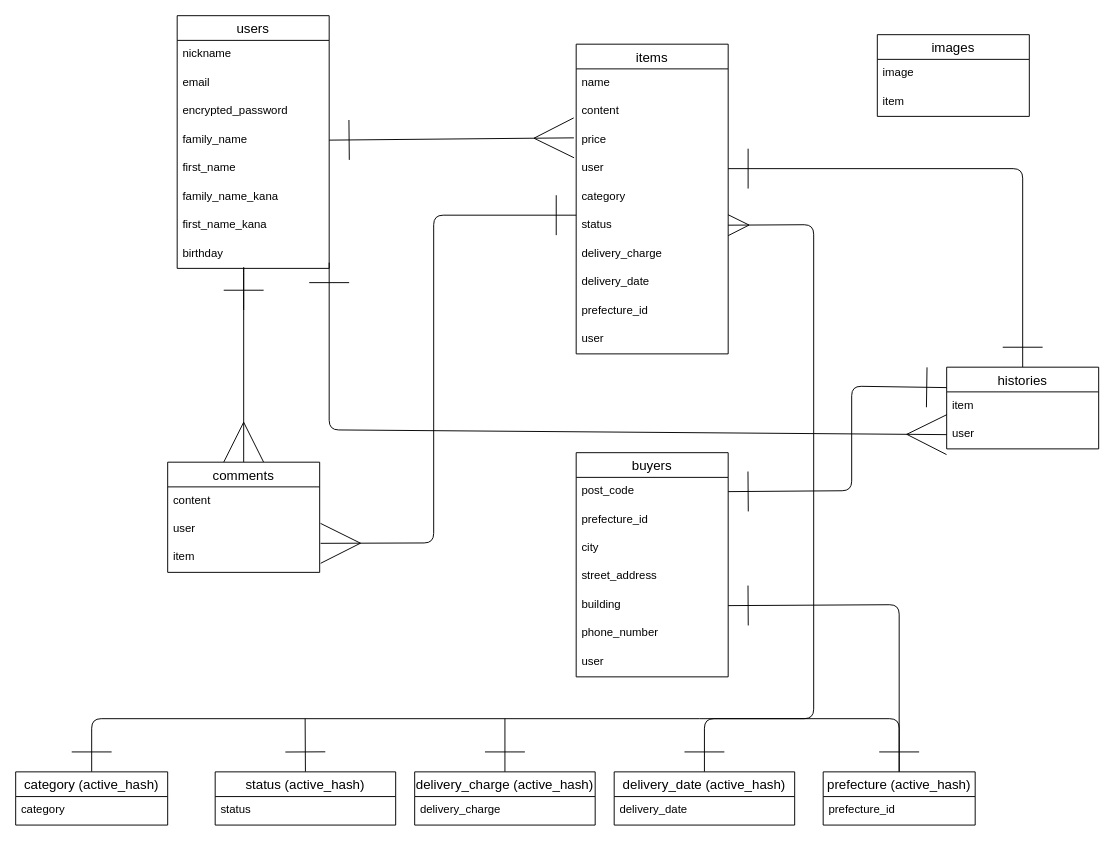
Above: test.dio in yuya-taka/furima-laiblitz-b (draw.io), before the change. Source tidied: cells renumbered, new cells numbered last; positions are measured from the earlier drawing's top-left corner, leaving out a move shared by most shapes. Both pictures are drawn from the tidied source at 95%, with x=0, y=0 at pixel (15, 15).
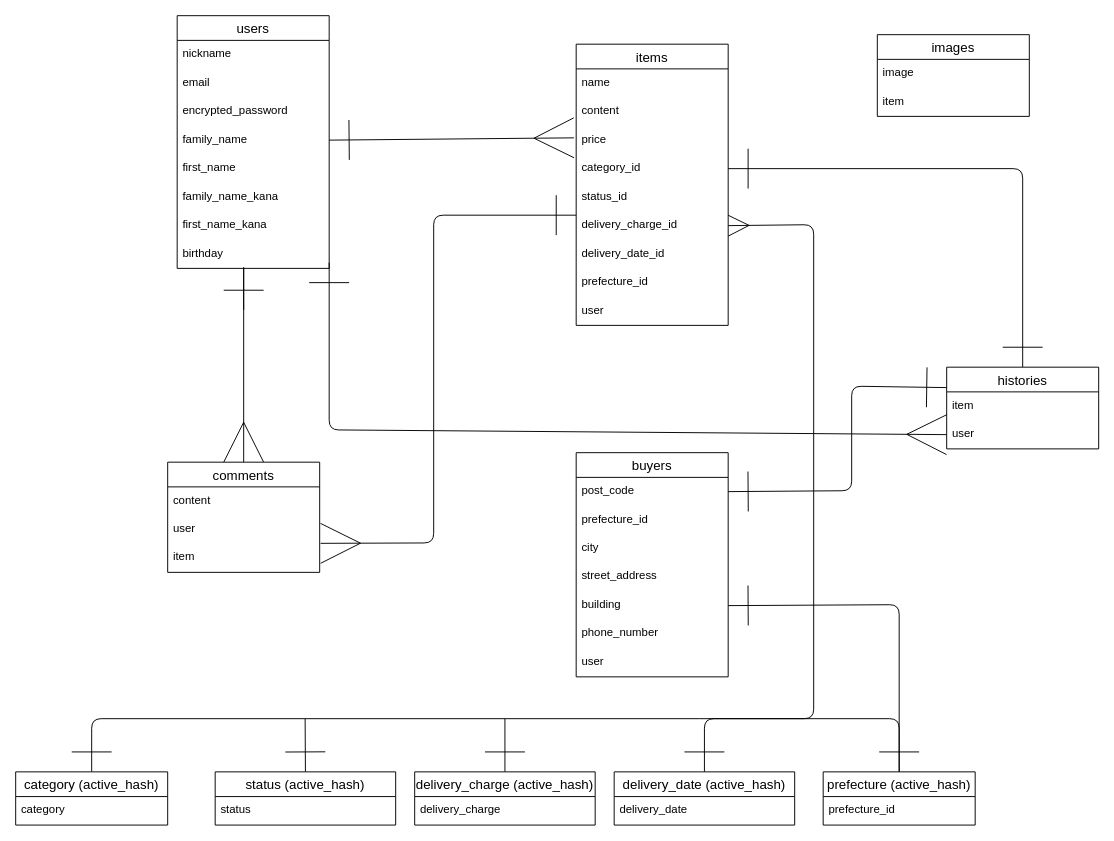
The same page after the edit.

Unchanged cells that the change refers to:
```xml
<mxCell id="47" value="delivery_date (active_hash)" style="swimlane;fontStyle=0;horizontal=1;startSize=26;align=center;fontSize=14;" parent="1" vertex="1">
  <mxGeometry x="630" y="796" width="190" height="56" as="geometry" />
</mxCell>
```

The edit, as a diff of the source:
```diff
@@
     <mxCell id="11" value="items" style="swimlane;fontStyle=0;horizontal=1;startSize=26;align=center;fontSize=14;" parent="1" vertex="1">
-      <mxGeometry x="590" y="30" width="160" height="326" as="geometry" />
+      <mxGeometry x="590" y="30" width="160" height="296" as="geometry" />
     </mxCell>
@@
-    <mxCell id="15" value="user" style="text;strokeColor=none;fillColor=none;spacingLeft=4;spacingRight=4;overflow=hidden;fontSize=12;" parent="11" vertex="1">
-      <mxGeometry y="116" width="160" height="30" as="geometry" />
-    </mxCell>
-    <mxCell id="16" value="category" style="text;strokeColor=none;fillColor=none;spacingLeft=4;spacingRight=4;overflow=hidden;fontSize=12;" parent="11" vertex="1">
-      <mxGeometry y="146" width="160" height="30" as="geometry" />
+    <mxCell id="16" value="category_id" style="text;strokeColor=none;fillColor=none;spacingLeft=4;spacingRight=4;overflow=hidden;fontSize=12;" parent="11" vertex="1">
+      <mxGeometry y="116" width="160" height="30" as="geometry" />
     </mxCell>
-    <mxCell id="17" value="status" style="text;strokeColor=none;fillColor=none;spacingLeft=4;spacingRight=4;overflow=hidden;points=[[0,0.5],[1,0.5]];portConstraint=eastwest;fontSize=12;" parent="11" vertex="1">
-      <mxGeometry y="176" width="160" height="30" as="geometry" />
+    <mxCell id="17" value="status_id" style="text;strokeColor=none;fillColor=none;spacingLeft=4;spacingRight=4;overflow=hidden;points=[[0,0.5],[1,0.5]];portConstraint=eastwest;fontSize=12;" parent="11" vertex="1">
+      <mxGeometry y="146" width="160" height="30" as="geometry" />
     </mxCell>
-    <mxCell id="18" value="delivery_charge" style="text;strokeColor=none;fillColor=none;spacingLeft=4;spacingRight=4;overflow=hidden;points=[[0,0.5],[1,0.5]];portConstraint=eastwest;fontSize=12;" parent="11" vertex="1">
-      <mxGeometry y="206" width="160" height="30" as="geometry" />
+    <mxCell id="18" value="delivery_charge_id" style="text;strokeColor=none;fillColor=none;spacingLeft=4;spacingRight=4;overflow=hidden;points=[[0,0.5],[1,0.5]];portConstraint=eastwest;fontSize=12;" parent="11" vertex="1">
+      <mxGeometry y="176" width="160" height="30" as="geometry" />
     </mxCell>
-    <mxCell id="19" value="delivery_date" style="text;strokeColor=none;fillColor=none;spacingLeft=4;spacingRight=4;overflow=hidden;fontSize=12;" parent="11" vertex="1">
-      <mxGeometry y="236" width="160" height="30" as="geometry" />
+    <mxCell id="19" value="delivery_date_id" style="text;strokeColor=none;fillColor=none;spacingLeft=4;spacingRight=4;overflow=hidden;fontSize=12;" parent="11" vertex="1">
+      <mxGeometry y="206" width="160" height="30" as="geometry" />
     </mxCell>
     <mxCell id="20" value="prefecture_id" style="text;strokeColor=none;fillColor=none;spacingLeft=4;spacingRight=4;overflow=hidden;fontSize=12;" parent="11" vertex="1">
-      <mxGeometry y="266" width="160" height="30" as="geometry" />
+      <mxGeometry y="236" width="160" height="30" as="geometry" />
     </mxCell>
     <mxCell id="21" value="user" style="text;strokeColor=none;fillColor=none;spacingLeft=4;spacingRight=4;overflow=hidden;fontSize=12;" parent="11" vertex="1">
-      <mxGeometry y="296" width="160" height="30" as="geometry" />
+      <mxGeometry y="266" width="160" height="30" as="geometry" />
     </mxCell>
@@
-    <mxCell id="46" style="edgeStyle=none;html=1;exitX=0.5;exitY=0;exitDx=0;exitDy=0;strokeWidth=1;startArrow=ERone;startFill=0;endArrow=ERmany;endFill=0;startSize=40;endSize=20;" parent="1" edge="1" source="47" target="17">
+    <mxCell id="46" style="edgeStyle=none;html=1;exitX=0.5;exitY=0;exitDx=0;exitDy=0;strokeWidth=1;startArrow=ERone;startFill=0;endArrow=ERmany;endFill=0;startSize=40;endSize=20;entryX=1;entryY=0.5;entryDx=0;entryDy=0;" parent="1" edge="1" source="47" target="18">
       <mxGeometry relative="1" as="geometry">
         <Array as="points">
           <mxPoint x="725" y="740" />
           <mxPoint x="840" y="740" />
           <mxPoint x="840" y="220" />
         </Array>
       </mxGeometry>
     </mxCell>
```
